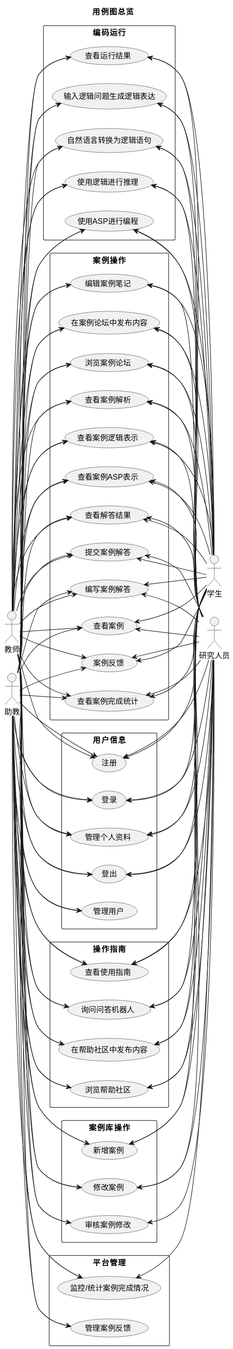
Earlier version of the PlantUML export platform-design/design-docs/out/my-usecase-design-v1/用例图设计(删减).svg (reaLJR/Logical-thinking-and-programming). Its diagram source:
```plantuml
@startuml
title "用例图总览"


left to right direction

actor "教师" as teacher
actor "学生" as student
actor "助教" as assistant
actor "研究人员" as expert

rectangle "用户信息" {
    usecase (注册) as signUp
    usecase (登录) as signIn
    usecase (登出) as signOut
    usecase (管理个人资料) as manageInfo
    usecase (管理用户) as manageAccount
}

rectangle "操作指南" {
    usecase (查看使用指南) as viewGuide
    usecase (浏览帮助社区) as viewHelpCommunity
    usecase (在帮助社区中发布内容) as communicateHelpCommunity
    usecase (询问问答机器人) as askRobot
}

rectangle "编码运行" {
    usecase (使用ASP进行编程) as viaAsp

    usecase (使用逻辑进行推理) as viaLogic

    usecase (自然语言转换为逻辑语句) as viaNl

    usecase (输入逻辑问题生成逻辑表达) as questionAutoTransfer

    usecase (查看运行结果) as checkResult
}

rectangle "案例操作" {
    usecase (查看案例) as viewCase
    usecase (编写案例解答) as solveCase
    usecase (提交案例解答) as submitCaseSolution
    usecase (查看解答结果) as checkCaseResult
    usecase (查看案例ASP表示) as caseAsp
    usecase (查看案例逻辑表示) as caseLogic

    usecase (查看案例解析) as viewCaseAnalysis
    usecase (浏览案例论坛) as viewCaseCommunity
    usecase (在案例论坛中发布内容) as communicateCaseCommunity
    usecase (编辑案例笔记) as writeCaseNotes
    usecase (查看案例完成统计) as checkCaseStatistics
    usecase (案例反馈) as caseFeedback
}

rectangle "案例库操作" {
    usecase (新增案例) as addCase
    usecase (修改案例) as editCase
    usecase (审核案例修改) as checkCaseEdit
}

rectangle "平台管理" {
    usecase (管理案例反馈) as manageFeedback
    usecase (监控/统计案例完成情况) as monitorCases
}

usecase (注册) as signUp
usecase (登录) as signIn
usecase (登出) as signOut
usecase (管理个人资料) as manageInfo
usecase (管理用户) as manageAccount


usecase (查看使用指南) as viewGuide
usecase (浏览帮助社区) as viewHelpCommunity
usecase (在帮助社区中发布内容) as communicateHelpCommunity
usecase (询问问答机器人) as askRobot

usecase (使用ASP进行编程) as viaAsp

usecase (使用逻辑进行推理) as viaLogic

usecase (自然语言转换为逻辑语句) as viaNl

usecase (输入逻辑问题生成逻辑表达) as questionAutoTransfer

usecase (查看运行结果) as checkResult

usecase (查看案例) as viewCase
usecase (编写案例解答) as solveCase
usecase (提交案例解答) as submitCaseSolution
usecase (查看解答结果) as checkCaseResult
usecase (查看案例ASP表示) as caseAsp
usecase (查看案例逻辑表示) as caseLogic

usecase (查看案例解析) as viewCaseAnalysis
usecase (浏览案例论坛) as viewCaseCommunity
usecase (在案例论坛中发布内容) as communicateCaseCommunity
usecase (编辑案例笔记) as writeCaseNotes
usecase (查看案例完成统计) as checkCaseStatistics
usecase (案例反馈) as caseFeedback

usecase (新增案例) as addCase
usecase (修改案例) as editCase
usecase (审核案例修改) as checkCaseEdit

usecase (管理案例反馈) as manageFeedback
usecase (监控/统计案例完成情况) as monitorCases

teacher --> signUp
teacher --> signIn
teacher --> signOut
teacher --> manageInfo
teacher --> manageAccount

student -up-> signUp
student -up-> signIn
student -up-> signOut
student -up-> manageInfo


assistant --> signUp
assistant --> signIn
assistant --> signOut
assistant --> manageInfo
assistant --> manageAccount

expert -up-> signUp
expert -up-> signIn
expert -up-> signOut
expert -up-> manageInfo


teacher --> viewGuide
teacher --> viewHelpCommunity
teacher --> communicateHelpCommunity
teacher --> askRobot

student -up-> viewGuide
student -up-> viewHelpCommunity
student -up-> communicateHelpCommunity
student -up-> askRobot

assistant --> viewGuide
assistant --> viewHelpCommunity
assistant --> communicateHelpCommunity
assistant --> askRobot

expert -up-> viewGuide
expert -up-> viewHelpCommunity
expert -up-> communicateHelpCommunity
expert -up-> askRobot

teacher --> viaAsp
teacher --> viaLogic
teacher --> viaNl
teacher --> questionAutoTransfer
teacher --> checkResult


student -up-> viaAsp
student -up-> viaLogic
student -up-> viaNl
student -up-> questionAutoTransfer
student -up-> checkResult


assistant --> viaAsp
assistant --> viaLogic
assistant --> viaNl
assistant --> questionAutoTransfer
assistant --> checkResult


expert -up-> viaAsp
expert -up-> viaLogic
expert -up-> viaNl
expert -up-> questionAutoTransfer
expert -up-> checkResult




teacher --> viewCase
teacher --> solveCase
teacher --> submitCaseSolution
teacher --> checkCaseResult
teacher --> caseAsp
teacher --> caseLogic

teacher --> viewCaseAnalysis
teacher --> viewCaseCommunity
teacher --> communicateCaseCommunity
teacher --> writeCaseNotes
teacher --> checkCaseStatistics
teacher --> caseFeedback

student -up-> viewCase
student -up-> solveCase
student -up-> submitCaseSolution
student -up-> checkCaseResult
student -up-> caseAsp
student -up-> caseLogic

student -up-> viewCaseAnalysis
student -up-> viewCaseCommunity
student -up-> communicateCaseCommunity
student -up-> writeCaseNotes
student -up-> checkCaseStatistics
student -up-> caseFeedback

assistant --> viewCase
assistant --> solveCase
assistant --> submitCaseSolution
assistant --> checkCaseResult
assistant --> caseAsp
assistant --> caseLogic

assistant --> viewCaseAnalysis
assistant --> viewCaseCommunity
assistant --> communicateCaseCommunity
assistant --> writeCaseNotes
assistant --> checkCaseStatistics
assistant --> caseFeedback

expert -up-> viewCase
expert -up-> solveCase
expert -up-> submitCaseSolution
expert -up-> checkCaseResult
expert -up-> caseAsp
expert -up-> caseLogic

expert -up-> viewCaseAnalysis
expert -up-> viewCaseCommunity
expert -up-> communicateCaseCommunity
expert -up-> writeCaseNotes
expert -up-> checkCaseStatistics
expert -up-> caseFeedback

teacher --> addCase
teacher --> editCase
teacher --> checkCaseEdit

student -up-> addCase
student -up-> editCase

assistant --> addCase
assistant --> editCase
assistant --> checkCaseEdit

expert -up-> addCase
expert -up-> editCase
expert -up-> checkCaseEdit


teacher --> manageFeedback
teacher --> monitorCases

assistant --> manageFeedback
assistant --> monitorCases

expert -up-> monitorCases
@enduml
```
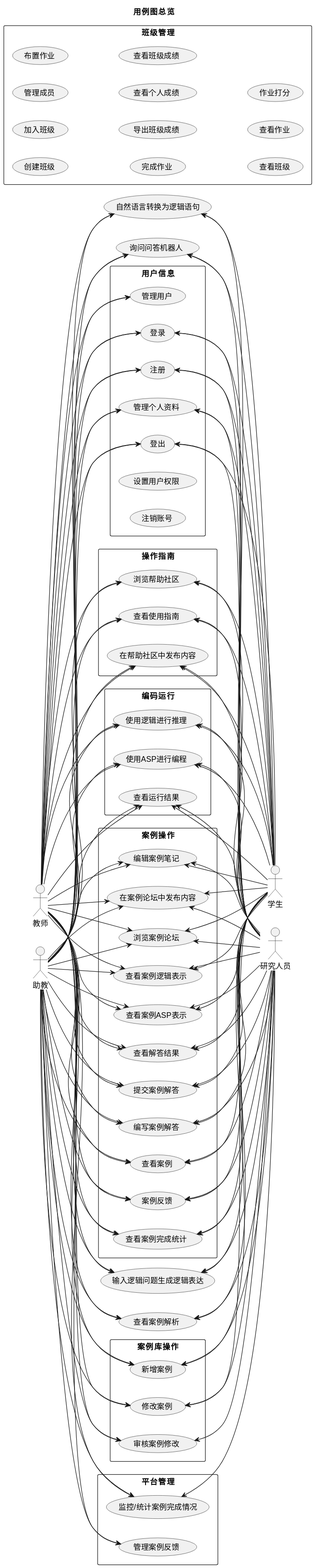
Above is the later version.

Diff of the diagram source:
```diff
@@ -15,13 +15,16 @@
     usecase (登出) as signOut
     usecase (管理个人资料) as manageInfo
     usecase (管理用户) as manageAccount
+
+    usecase (设置用户权限) as setRight
+    usecase (注销账号) as closeAccount
 }
 
 rectangle "操作指南" {
     usecase (查看使用指南) as viewGuide
     usecase (浏览帮助社区) as viewHelpCommunity
     usecase (在帮助社区中发布内容) as communicateHelpCommunity
-    usecase (询问问答机器人) as askRobot
+
 }
 
 rectangle "编码运行" {
@@ -29,9 +32,7 @@
 
     usecase (使用逻辑进行推理) as viaLogic
 
-    usecase (自然语言转换为逻辑语句) as viaNl
 
-    usecase (输入逻辑问题生成逻辑表达) as questionAutoTransfer
 
     usecase (查看运行结果) as checkResult
 }
@@ -44,13 +45,27 @@
     usecase (查看案例ASP表示) as caseAsp
     usecase (查看案例逻辑表示) as caseLogic
 
-    usecase (查看案例解析) as viewCaseAnalysis
     usecase (浏览案例论坛) as viewCaseCommunity
     usecase (在案例论坛中发布内容) as communicateCaseCommunity
     usecase (编辑案例笔记) as writeCaseNotes
     usecase (查看案例完成统计) as checkCaseStatistics
     usecase (案例反馈) as caseFeedback
 }
+
+rectangle "班级管理" {
+    usecase (创建班级) as createClass
+    usecase (加入班级) as joinClass
+    usecase (管理成员) as manageMember
+    usecase (布置作业) as publishHomework
+    usecase (完成作业) as finishHomework
+    usecase (导出班级成绩) as exportScore
+    usecase (查看个人成绩) as viewMyScore
+    usecase (查看班级成绩) as viewSccores
+    usecase (查看班级) as viewClass
+    usecase (查看作业) as viewHomework
+    usecase (作业打分) as setScore
+}
+
 
 rectangle "案例库操作" {
     usecase (新增案例) as addCase
```
